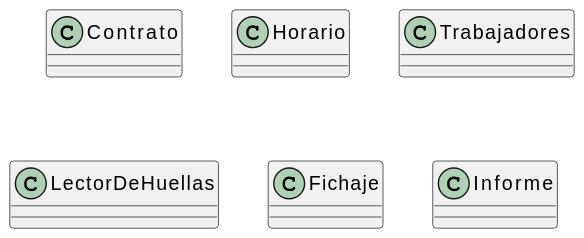
mmasias/23-24-IdSw1-SDR keeps this PlantUML diagram as imagenes/modelosUML/modeloDelDominio/diagramaClases/mdd001.svg. Above is the earlier version.
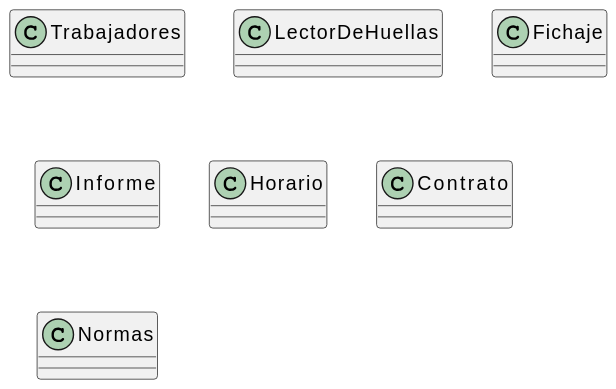
After the commit.

Change to the diagram source:
```diff
@@ -1,25 +1,23 @@
 @startuml
-class Contrato {
+class Trabajadores{
 
 }
-
-class Horario {
+class LectorDeHuellas{
 
 }
-
-class Trabajadores {
+class Fichaje{
 
 }
-
-class LectorDeHuellas {
+class Informe{
 
 }
-
-class Fichaje {
+class Horario{
 
 }
+class Contrato{
 
-class Informe {
+}
+class Normas{
 
 }
 @enduml
```
